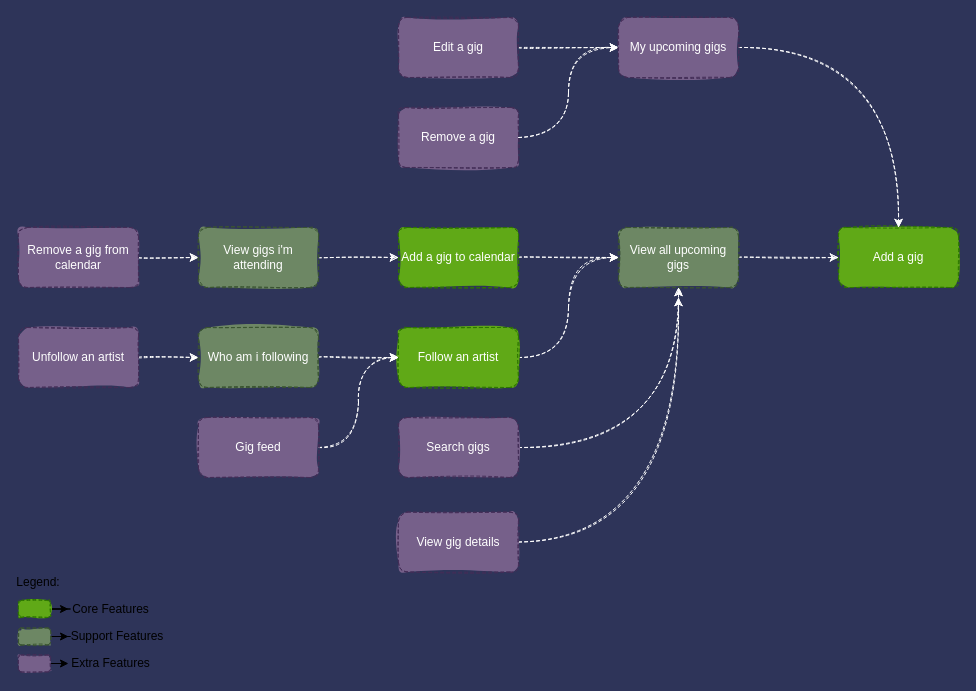
Earlier version of the draw.io diagram Documentation/dependencies.drawio (RaynoldVanHeyningen/GigHub). Source tidied: cells renumbered, new cells numbered last; positions are measured from the earlier drawing's top-left corner, leaving out a move shared by most shapes. Both pictures are drawn from the tidied source at 100%, with x=0, y=0 at pixel (18, 17).
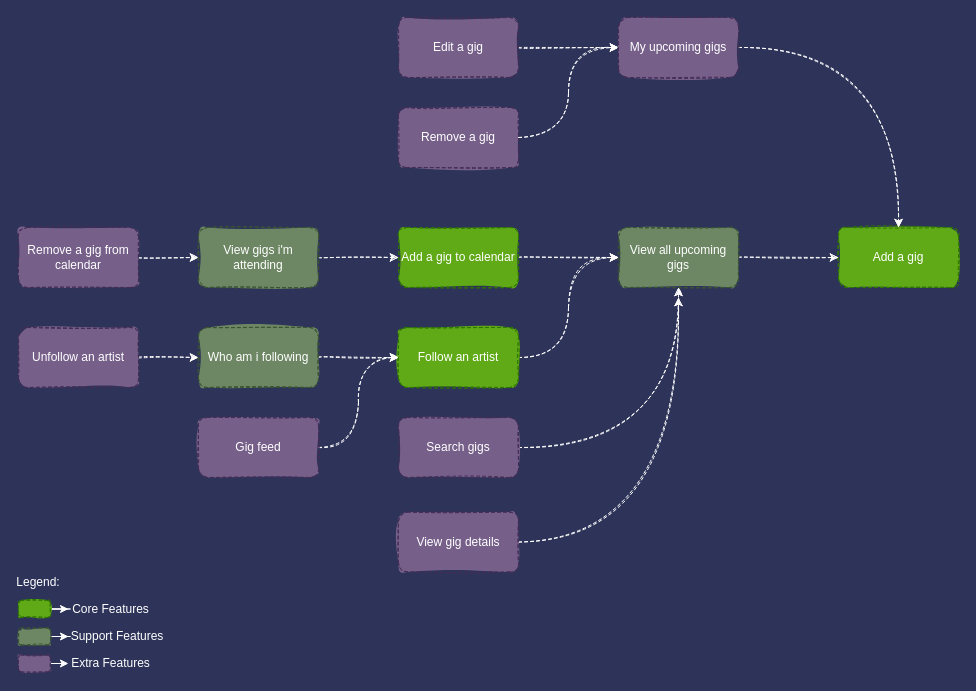
After the change.

Commit message (it also covers changes not shown here):
Updated legend font color to match style

The change refers to these unchanged cells:
```xml
<mxCell id="30" style="whiteSpace=wrap;html=1;fillColor=#60a917;strokeColor=#2D7600;fontColor=#ffffff;sketch=1;rounded=1;glass=0;shadow=0;fillStyle=solid;dashed=1;" parent="1" vertex="1">
  <mxGeometry y="583" width="32" height="17" as="geometry" />
</mxCell>
<mxCell id="33" style="whiteSpace=wrap;html=1;fillColor=#6d8764;strokeColor=#3A5431;fontColor=#ffffff;sketch=1;rounded=1;glass=0;shadow=0;fillStyle=solid;dashed=1;" parent="1" vertex="1">
  <mxGeometry y="610.5" width="32" height="17" as="geometry" />
</mxCell>
<mxCell id="36" style="whiteSpace=wrap;html=1;fillColor=#76608a;strokeColor=#432D57;fontColor=#ffffff;sketch=1;rounded=1;glass=0;shadow=0;fillStyle=solid;dashed=1;" parent="1" vertex="1">
  <mxGeometry y="637.5" width="32" height="17" as="geometry" />
</mxCell>
```

Diff of the diagram source:
```diff
@@
-    <mxCell id="29" style="edgeStyle=orthogonalEdgeStyle;rounded=0;jettySize=auto;html=1;" parent="1" edge="1" source="30" target="31">
+    <mxCell id="29" style="edgeStyle=orthogonalEdgeStyle;rounded=0;jettySize=auto;html=1;fontColor=#FFFFFF;labelBackgroundColor=#FFFFFF;strokeColor=#FFFFFF;" parent="1" edge="1" source="30" target="31">
       <mxGeometry relative="1" as="geometry" />
     </mxCell>
@@
-    <mxCell id="31" value="Core Features" style="text;html=1;strokeColor=none;fillColor=none;align=center;verticalAlign=middle;whiteSpace=wrap;rounded=0;" parent="1" vertex="1">
+    <mxCell id="31" value="Core Features" style="text;html=1;strokeColor=none;align=center;verticalAlign=middle;whiteSpace=wrap;rounded=0;fontColor=#FFFFFF;" parent="1" vertex="1">
       <mxGeometry x="50" y="581.5" width="85" height="20" as="geometry" />
     </mxCell>
-    <mxCell id="32" style="edgeStyle=orthogonalEdgeStyle;rounded=0;jettySize=auto;html=1;exitX=1;exitY=0.5;exitDx=0;exitDy=0;" parent="1" edge="1" source="33" target="34">
+    <mxCell id="32" style="edgeStyle=orthogonalEdgeStyle;rounded=0;jettySize=auto;html=1;exitX=1;exitY=0.5;exitDx=0;exitDy=0;fontColor=#FFFFFF;labelBackgroundColor=#FFFFFF;strokeColor=#FFFFFF;" parent="1" edge="1" source="33" target="34">
       <mxGeometry relative="1" as="geometry" />
     </mxCell>
@@
-    <mxCell id="34" value="Support Features" style="text;html=1;strokeColor=none;fillColor=none;align=center;verticalAlign=middle;whiteSpace=wrap;rounded=0;" parent="1" vertex="1">
+    <mxCell id="34" value="Support Features" style="text;html=1;strokeColor=none;align=center;verticalAlign=middle;whiteSpace=wrap;rounded=0;fontColor=#FFFFFF;" parent="1" vertex="1">
       <mxGeometry x="50" y="609" width="98" height="20" as="geometry" />
     </mxCell>
-    <mxCell id="35" style="edgeStyle=orthogonalEdgeStyle;rounded=0;jettySize=auto;html=1;exitX=1;exitY=0.5;exitDx=0;exitDy=0;entryX=0;entryY=0.5;entryDx=0;entryDy=0;" parent="1" edge="1" source="36" target="37">
+    <mxCell id="35" style="edgeStyle=orthogonalEdgeStyle;rounded=0;jettySize=auto;html=1;exitX=1;exitY=0.5;exitDx=0;exitDy=0;entryX=0;entryY=0.5;entryDx=0;entryDy=0;fontColor=#FFFFFF;labelBackgroundColor=#FFFFFF;strokeColor=#FFFFFF;" parent="1" edge="1" source="36" target="37">
       <mxGeometry relative="1" as="geometry" />
     </mxCell>
@@
-    <mxCell id="37" value="Extra Features" style="text;html=1;strokeColor=none;fillColor=none;align=center;verticalAlign=middle;whiteSpace=wrap;rounded=0;" parent="1" vertex="1">
+    <mxCell id="37" value="Extra Features" style="text;html=1;strokeColor=none;align=center;verticalAlign=middle;whiteSpace=wrap;rounded=0;fontColor=#FFFFFF;" parent="1" vertex="1">
       <mxGeometry x="50" y="636" width="85" height="20" as="geometry" />
     </mxCell>
-    <mxCell id="38" value="Legend:" style="text;html=1;strokeColor=none;fillColor=none;align=center;verticalAlign=middle;whiteSpace=wrap;rounded=0;" parent="1" vertex="1">
+    <mxCell id="38" value="Legend:" style="text;html=1;strokeColor=none;align=center;verticalAlign=middle;whiteSpace=wrap;rounded=0;fontColor=#FFFFFF;" parent="1" vertex="1">
       <mxGeometry y="555" width="40" height="20" as="geometry" />
     </mxCell>
```
